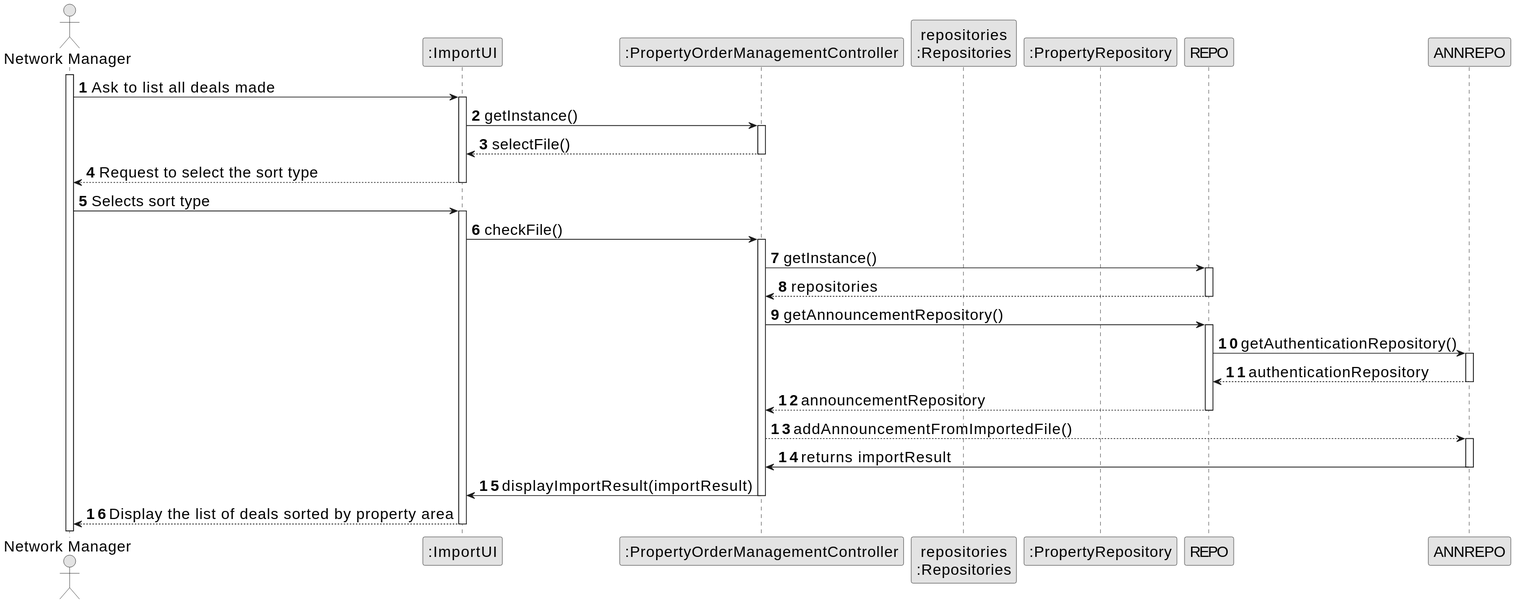
The PlantUML diagram docs/sprintD/us017/03.design/svg/us017-sequence-diagram-full.svg in Goncalves2525/real-estate-management-system, before a commit.
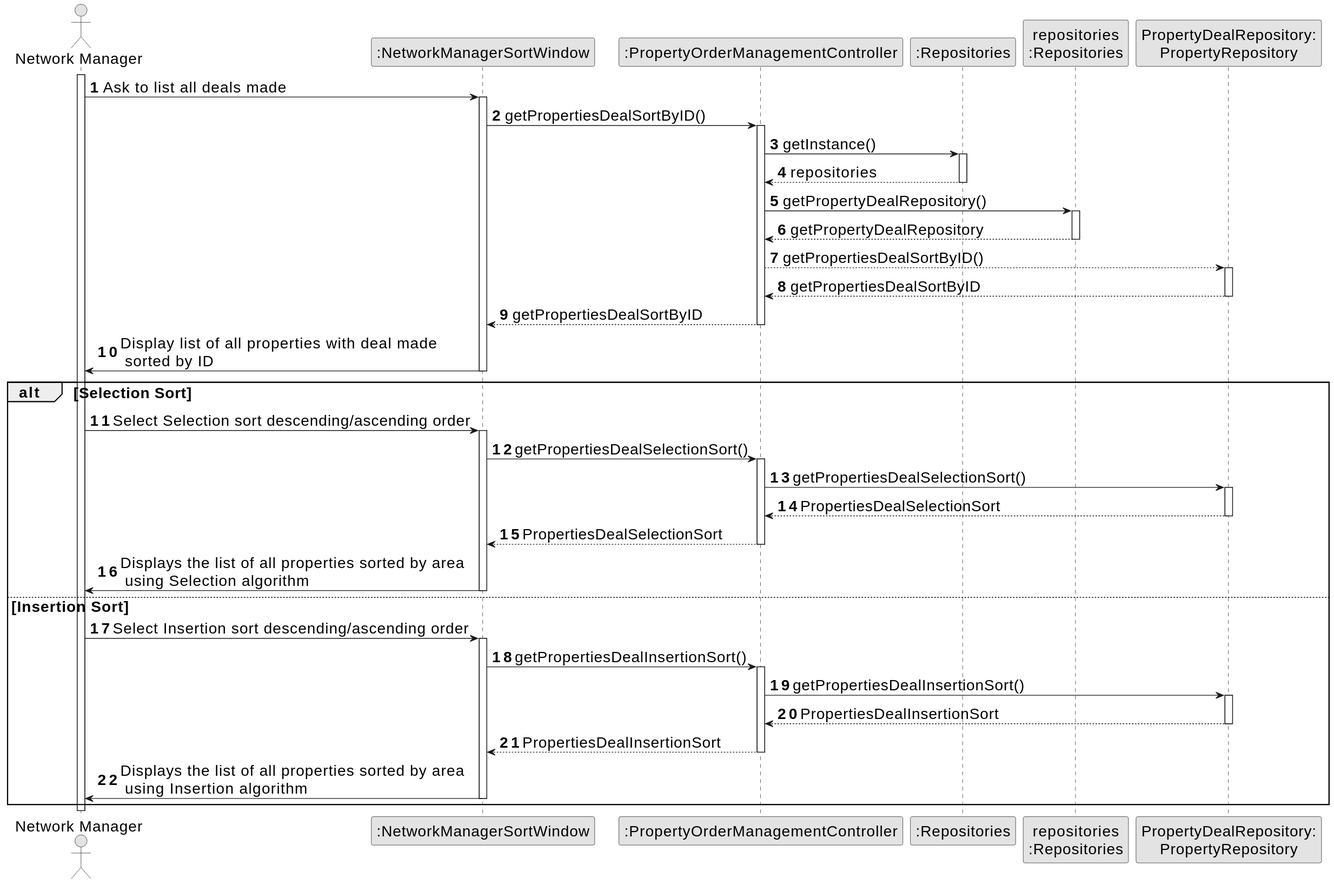
The same diagram one commit later.

Change to the diagram source:
```diff
@@ -6,62 +6,85 @@
 
 autonumber
 
-actor "Network Manager" as Admin
-participant ":ImportUI" as UI
+actor "Network Manager" as NM
+participant ":NetworkManagerSortWindow" as UI
 participant ":PropertyOrderManagementController" as CTRL
-participant "repositories\n:Repositories" as Repositories
-participant ":PropertyRepository" as PropertyRepository
+participant ":Repositories" as RepositorySingleton
+participant "repositories\n:Repositories" as PLAT
+participant "PropertyDealRepository:\nPropertyRepository" as PropertyRepository
 
 
-    activate Admin
+activate NM
 
-    Admin -> UI : Ask to list all deals made
-    activate UI
+NM -> UI : Ask to list all deals made
+activate UI
 
-    UI -> CTRL: getInstance()
-    activate CTRL
+UI -> CTRL : getPropertiesDealSortByID()
+activate CTRL
+
+CTRL -> RepositorySingleton : getInstance()
+activate RepositorySingleton
+
+RepositorySingleton --> CTRL: repositories
+deactivate RepositorySingleton
+
+ CTRL -> PLAT : getPropertyDealRepository()
+activate PLAT
+
+PLAT --> CTRL: getPropertyDealRepository
+deactivate PLAT
+
+CTRL --> PropertyRepository : getPropertiesDealSortByID()
+activate PropertyRepository
+
+ PropertyRepository --> CTRL : getPropertiesDealSortByID
+deactivate PropertyRepository
+
+CTRL--> UI : getPropertiesDealSortByID
+deactivate
+
+ UI -> NM: Display list of all properties with deal made\n sorted by ID
+ deactivate
 
 
 
-    CTRL --> UI : selectFile()
-    deactivate CTRL
+alt Selection Sort
 
-    UI --> Admin : Request to select the sort type
-    deactivate UI
+ NM -> UI : Select Selection sort descending/ascending order
+ activate UI
+UI -> CTRL : getPropertiesDealSelectionSort()
+activate CTRL
 
-    Admin -> UI : Selects sort type
-    activate UI
+CTRL -> PropertyRepository : getPropertiesDealSelectionSort()
+activate PropertyRepository
 
-    UI -> CTRL : checkFile()
-    activate CTRL
+PropertyRepository --> CTRL : PropertiesDealSelectionSort
+deactivate PropertyRepository
 
-    CTRL -> REPO : getInstance()
-    activate REPO
+CTRL--> UI : PropertiesDealSelectionSort
+deactivate
 
-    REPO --> CTRL: repositories
-    deactivate REPO
+UI -> NM: Displays the list of all properties sorted by area \n using Selection algorithm
+deactivate
 
-    CTRL -> REPO : getAnnouncementRepository()
-    activate REPO
+else Insertion Sort
 
-    REPO -> ANNREPO : getAuthenticationRepository()
-    activate ANNREPO
+ NM -> UI : Select Insertion sort descending/ascending order
+ activate UI
+UI -> CTRL : getPropertiesDealInsertionSort()
+activate CTRL
 
-    ANNREPO --> REPO: authenticationRepository
-    deactivate ANNREPO
+CTRL -> PropertyRepository : getPropertiesDealInsertionSort()
+activate PropertyRepository
 
-    REPO --> CTRL: announcementRepository
-    deactivate REPO
+PropertyRepository --> CTRL : PropertiesDealInsertionSort
+deactivate PropertyRepository
 
-    CTRL --> ANNREPO: addAnnouncementFromImportedFile()
-    activate ANNREPO
+CTRL--> UI : PropertiesDealInsertionSort
+deactivate
 
-    ANNREPO -> CTRL : returns importResult
-    deactivate ANNREPO
+UI -> NM: Displays the list of all properties sorted by area \n using Insertion algorithm
+deactivate
 
-    CTRL -> UI : displayImportResult(importResult)
-    deactivate CTRL
-
-    UI --> Admin : Display the list of deals sorted by property area
-    deactivate UI
+end
 @enduml
```
